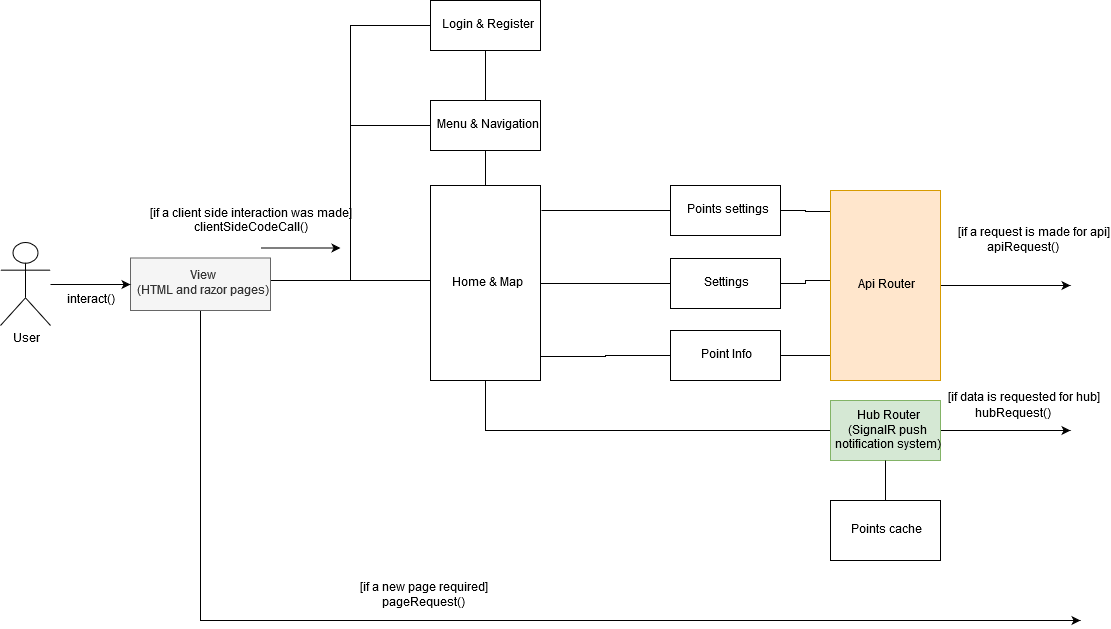
Above: docs/Diagrams/Client communication diagram.png in myNameIsAndrew00/Persistent-Scatterers-Tool (draw.io), before the change. Source tidied: cells renumbered, new cells last; positions are measured from the earlier drawing's top-left corner, leaving out a move shared by most shapes.
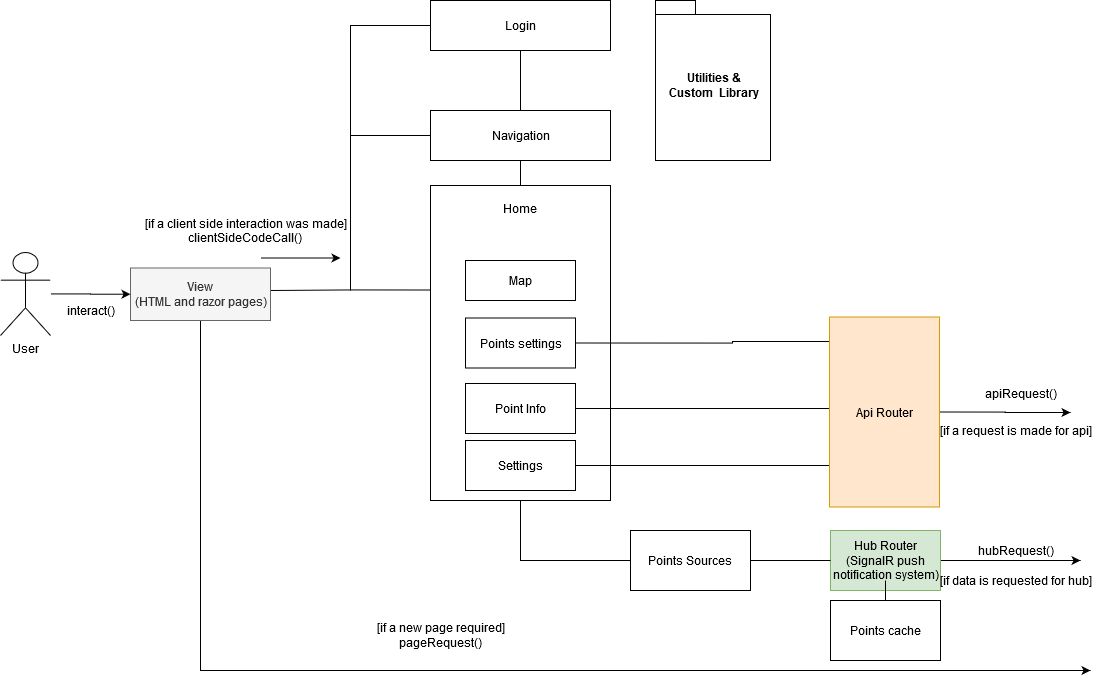
Later version of the same file.

Change to the diagram source:
```diff
@@ -2,17 +2,11 @@
   <root>
     <mxCell id="0" />
     <mxCell id="1" parent="0" />
-    <mxCell id="2" style="edgeStyle=orthogonalEdgeStyle;rounded=0;orthogonalLoop=1;jettySize=auto;html=1;exitX=0;exitY=0.5;exitDx=0;exitDy=0;endArrow=none;endFill=0;" parent="1" edge="1">
+    <mxCell id="2" style="edgeStyle=orthogonalEdgeStyle;rounded=0;jettySize=auto;html=1;exitX=0;exitY=0.5;exitDx=0;exitDy=0;endArrow=none;endFill=0;" parent="1" edge="1" source="27">
       <mxGeometry relative="1" as="geometry">
-        <mxPoint x="430" y="125" as="sourcePoint" />
         <mxPoint x="350" y="125" as="targetPoint" />
       </mxGeometry>
     </mxCell>
-    <mxCell id="3" style="edgeStyle=orthogonalEdgeStyle;rounded=0;jettySize=auto;html=1;endArrow=none;endFill=0;" parent="1" edge="1" source="5">
-      <mxGeometry relative="1" as="geometry">
-        <mxPoint x="485" y="150" as="targetPoint" />
-      </mxGeometry>
-    </mxCell>
     <mxCell id="4" style="edgeStyle=orthogonalEdgeStyle;rounded=0;orthogonalLoop=1;jettySize=auto;html=1;exitX=0;exitY=0.5;exitDx=0;exitDy=0;endArrow=none;endFill=0;" parent="1" edge="1">
       <mxGeometry relative="1" as="geometry">
         <mxPoint x="430" y="279.5" as="sourcePoint" />
@@ -22,72 +16,70 @@
         </Array>
       </mxGeometry>
     </mxCell>
-    <mxCell id="5" value="Home &amp;amp; Map" style="html=1;" parent="1" vertex="1">
-      <mxGeometry x="430" y="185" width="110" height="195" as="geometry" />
+    <mxCell id="5" style="html=1;" parent="1" vertex="1">
+      <mxGeometry x="430" y="175" width="180" height="315" as="geometry" />
     </mxCell>
-    <mxCell id="6" style="edgeStyle=orthogonalEdgeStyle;rounded=0;jettySize=auto;html=1;entryX=0.996;entryY=0.875;entryDx=0;entryDy=0;entryPerimeter=0;endArrow=none;endFill=0;" parent="1" edge="1" source="8" target="5">
-      <mxGeometry relative="1" as="geometry" />
-    </mxCell>
-    <mxCell id="7" style="edgeStyle=orthogonalEdgeStyle;rounded=0;jettySize=auto;html=1;exitX=1;exitY=0.5;exitDx=0;exitDy=0;entryX=0;entryY=0.87;entryDx=0;entryDy=0;entryPerimeter=0;endArrow=none;endFill=0;" parent="1" edge="1" source="8" target="16">
-      <mxGeometry relative="1" as="geometry" />
+    <mxCell id="7" style="edgeStyle=orthogonalEdgeStyle;rounded=0;jettySize=auto;html=1;exitX=1;exitY=0.5;exitDx=0;exitDy=0;entryX=0;entryY=0.5;entryDx=0;entryDy=0;endArrow=none;endFill=0;" parent="1" edge="1" source="8" target="16">
+      <mxGeometry relative="1" as="geometry">
+        <Array as="points">
+          <mxPoint x="890" y="398" />
+        </Array>
+      </mxGeometry>
     </mxCell>
     <mxCell id="8" value="Point Info" style="html=1;" parent="1" vertex="1">
-      <mxGeometry x="670" y="330" width="110" height="50" as="geometry" />
+      <mxGeometry x="465" y="373" width="110" height="50" as="geometry" />
     </mxCell>
-    <mxCell id="9" style="edgeStyle=orthogonalEdgeStyle;rounded=0;jettySize=auto;html=1;endArrow=none;endFill=0;entryX=1.009;entryY=0.128;entryDx=0;entryDy=0;entryPerimeter=0;" parent="1" edge="1" source="11" target="5">
-      <mxGeometry relative="1" as="geometry" />
-    </mxCell>
     <mxCell id="10" style="edgeStyle=orthogonalEdgeStyle;rounded=0;jettySize=auto;html=1;exitX=1;exitY=0.5;exitDx=0;exitDy=0;entryX=0.008;entryY=0.11;entryDx=0;entryDy=0;entryPerimeter=0;endArrow=none;endFill=0;" parent="1" edge="1" source="11" target="16">
-      <mxGeometry relative="1" as="geometry" />
+      <mxGeometry relative="1" as="geometry">
+        <Array as="points">
+          <mxPoint x="732" y="333" />
+          <mxPoint x="732" y="331" />
+        </Array>
+      </mxGeometry>
     </mxCell>
     <mxCell id="11" value="Points settings" style="html=1;" parent="1" vertex="1">
-      <mxGeometry x="670" y="185" width="110" height="50" as="geometry" />
+      <mxGeometry x="465" y="307.5" width="110" height="50" as="geometry" />
     </mxCell>
-    <mxCell id="12" style="edgeStyle=orthogonalEdgeStyle;rounded=0;jettySize=auto;html=1;endArrow=none;endFill=0;" parent="1" edge="1" source="14" target="5">
-      <mxGeometry relative="1" as="geometry" />
-    </mxCell>
-    <mxCell id="13" style="edgeStyle=orthogonalEdgeStyle;rounded=0;jettySize=auto;html=1;endArrow=none;endFill=0;" parent="1" edge="1" source="14">
+    <mxCell id="13" style="edgeStyle=orthogonalEdgeStyle;rounded=0;jettySize=auto;html=1;endArrow=none;endFill=0;entryX=0.002;entryY=0.822;entryDx=0;entryDy=0;entryPerimeter=0;" parent="1" edge="1" source="14" target="16">
       <mxGeometry relative="1" as="geometry">
-        <mxPoint x="830" y="280" as="targetPoint" />
+        <Array as="points">
+          <mxPoint x="890" y="455" />
+        </Array>
       </mxGeometry>
     </mxCell>
     <mxCell id="14" value="Settings" style="html=1;" parent="1" vertex="1">
-      <mxGeometry x="670" y="258" width="110" height="50" as="geometry" />
+      <mxGeometry x="465" y="430" width="110" height="50" as="geometry" />
     </mxCell>
     <mxCell id="15" style="edgeStyle=orthogonalEdgeStyle;rounded=0;jettySize=auto;html=1;exitX=1;exitY=0.5;exitDx=0;exitDy=0;endArrow=classic;endFill=1;" parent="1" edge="1" source="16">
       <mxGeometry relative="1" as="geometry">
-        <mxPoint x="1070" y="285" as="targetPoint" />
+        <mxPoint x="1070" y="402" as="targetPoint" />
       </mxGeometry>
     </mxCell>
     <mxCell id="16" value="Api Router" style="html=1;fillColor=#ffe6cc;strokeColor=#d79b00;" parent="1" vertex="1">
-      <mxGeometry x="830" y="190" width="110" height="190" as="geometry" />
+      <mxGeometry x="829" y="306.5" width="110" height="190" as="geometry" />
     </mxCell>
-    <mxCell id="17" style="edgeStyle=orthogonalEdgeStyle;rounded=0;jettySize=auto;html=1;exitX=0;exitY=0.5;exitDx=0;exitDy=0;entryX=0.5;entryY=1;entryDx=0;entryDy=0;endArrow=none;endFill=0;" parent="1" edge="1" source="19" target="5">
+    <mxCell id="17" style="edgeStyle=orthogonalEdgeStyle;rounded=0;jettySize=auto;html=1;exitX=0;exitY=0.5;exitDx=0;exitDy=0;entryX=0.5;entryY=1;entryDx=0;entryDy=0;endArrow=none;endFill=0;" parent="1" edge="1" source="41" target="5">
       <mxGeometry relative="1" as="geometry" />
     </mxCell>
     <mxCell id="18" style="edgeStyle=orthogonalEdgeStyle;rounded=0;jettySize=auto;html=1;endArrow=classic;endFill=1;" parent="1" edge="1" source="19">
       <mxGeometry relative="1" as="geometry">
-        <mxPoint x="1070" y="430" as="targetPoint" />
+        <mxPoint x="1080" y="550" as="targetPoint" />
       </mxGeometry>
     </mxCell>
     <mxCell id="19" value="&lt;div&gt;Hub Router&lt;/div&gt;&lt;div&gt;(SignalR push &lt;br&gt;&lt;/div&gt;&lt;div&gt;notification system)&lt;br&gt;&lt;/div&gt;" style="html=1;fillColor=#d5e8d4;strokeColor=#82b366;" parent="1" vertex="1">
-      <mxGeometry x="830" y="400" width="110" height="60" as="geometry" />
+      <mxGeometry x="830" y="520" width="110" height="60" as="geometry" />
     </mxCell>
     <mxCell id="20" style="edgeStyle=orthogonalEdgeStyle;rounded=0;jettySize=auto;html=1;endArrow=none;endFill=0;" parent="1" edge="1" source="21" target="19">
       <mxGeometry relative="1" as="geometry" />
     </mxCell>
     <mxCell id="21" value="Points cache" style="html=1;" parent="1" vertex="1">
-      <mxGeometry x="830" y="500" width="110" height="60" as="geometry" />
+      <mxGeometry x="830" y="590" width="110" height="60" as="geometry" />
     </mxCell>
-    <mxCell id="22" style="edgeStyle=orthogonalEdgeStyle;rounded=0;orthogonalLoop=1;jettySize=auto;html=1;endArrow=none;endFill=0;" parent="1" edge="1">
-      <mxGeometry relative="1" as="geometry">
-        <mxPoint x="485" y="50" as="sourcePoint" />
-        <mxPoint x="485" y="100" as="targetPoint" />
-      </mxGeometry>
+    <mxCell id="22" style="edgeStyle=orthogonalEdgeStyle;rounded=0;jettySize=auto;html=1;endArrow=none;endFill=0;entryX=0.5;entryY=0;entryDx=0;entryDy=0;exitX=0.5;exitY=1;exitDx=0;exitDy=0;" parent="1" edge="1" source="26" target="27">
+      <mxGeometry relative="1" as="geometry" />
     </mxCell>
-    <mxCell id="23" style="edgeStyle=orthogonalEdgeStyle;rounded=0;orthogonalLoop=1;jettySize=auto;html=1;exitX=0;exitY=0.5;exitDx=0;exitDy=0;endArrow=none;endFill=0;" parent="1" edge="1">
+    <mxCell id="23" style="edgeStyle=orthogonalEdgeStyle;rounded=0;jettySize=auto;html=1;exitX=0;exitY=0.5;exitDx=0;exitDy=0;endArrow=none;endFill=0;" parent="1" edge="1" source="26">
       <mxGeometry relative="1" as="geometry">
-        <mxPoint x="430" y="25" as="sourcePoint" />
         <mxPoint x="350" y="280" as="targetPoint" />
       </mxGeometry>
     </mxCell>
@@ -100,30 +92,33 @@
     <mxCell id="25" value="&lt;div&gt;&lt;br&gt;&lt;/div&gt;&lt;div&gt;[if a client side interaction was made]&lt;/div&gt;&lt;div&gt;clientSideCodeCall()&lt;br&gt;&lt;/div&gt;" style="text;html=1;align=center;verticalAlign=middle;" parent="1" vertex="1">
       <mxGeometry x="140" y="188" width="210" height="50" as="geometry" />
     </mxCell>
-    <mxCell id="26" value="Login &amp;amp; Register" style="html=1;" parent="1" vertex="1">
-      <mxGeometry x="430" width="110" height="50" as="geometry" />
+    <mxCell id="26" value="Login" style="html=1;" parent="1" vertex="1">
+      <mxGeometry x="430" y="-10" width="180" height="50" as="geometry" />
     </mxCell>
+    <mxCell id="38" style="edgeStyle=orthogonalEdgeStyle;rounded=0;jettySize=auto;html=1;entryX=0.5;entryY=0;entryDx=0;entryDy=0;endArrow=none;endFill=0;" parent="1" edge="1" source="27" target="5">
+      <mxGeometry relative="1" as="geometry" />
+    </mxCell>
-    <mxCell id="27" value="Menu &amp;amp; Navigation" style="html=1;" parent="1" vertex="1">
-      <mxGeometry x="430" y="100" width="110" height="50" as="geometry" />
+    <mxCell id="27" value="Navigation" style="html=1;" parent="1" vertex="1">
+      <mxGeometry x="430" y="100" width="180" height="50" as="geometry" />
     </mxCell>
     <mxCell id="28" value="[if a request is made for api]" style="text;html=1;align=center;verticalAlign=middle;" parent="1" vertex="1">
-      <mxGeometry x="950" y="223" width="160" height="20" as="geometry" />
+      <mxGeometry x="935" y="410" width="160" height="20" as="geometry" />
     </mxCell>
     <mxCell id="29" value="apiRequest()" style="text;html=1;align=center;verticalAlign=middle;" parent="1" vertex="1">
-      <mxGeometry x="980" y="238" width="80" height="20" as="geometry" />
+      <mxGeometry x="980" y="373" width="80" height="20" as="geometry" />
     </mxCell>
     <mxCell id="30" value="hubRequest()" style="text;html=1;align=center;verticalAlign=middle;" parent="1" vertex="1">
-      <mxGeometry x="965" y="404" width="90" height="20" as="geometry" />
+      <mxGeometry x="970" y="530" width="90" height="20" as="geometry" />
     </mxCell>
     <mxCell id="31" value="[if data is requested for hub]" style="text;html=1;align=center;verticalAlign=middle;" parent="1" vertex="1">
-      <mxGeometry x="940" y="388" width="160" height="20" as="geometry" />
+      <mxGeometry x="935" y="560" width="160" height="20" as="geometry" />
     </mxCell>
     <mxCell id="32" style="edgeStyle=orthogonalEdgeStyle;rounded=0;jettySize=auto;html=1;exitX=0.5;exitY=1;exitDx=0;exitDy=0;endArrow=classic;endFill=1;" parent="1" edge="1" source="33">
       <mxGeometry relative="1" as="geometry">
-        <mxPoint x="1080" y="620" as="targetPoint" />
+        <mxPoint x="1090" y="660" as="targetPoint" />
         <Array as="points">
-          <mxPoint x="200" y="620" />
-          <mxPoint x="950" y="620" />
+          <mxPoint x="200" y="660" />
+          <mxPoint x="1080" y="660" />
         </Array>
       </mxGeometry>
     </mxCell>
@@ -131,7 +126,7 @@
       <mxGeometry x="130" y="257.5" width="140" height="52.5" as="geometry" />
     </mxCell>
     <mxCell id="34" value="&lt;div&gt;[if a new page required]&lt;/div&gt;&lt;div&gt;pageRequest()&lt;br&gt;&lt;/div&gt;" style="text;html=1;align=center;verticalAlign=middle;" parent="1" vertex="1">
-      <mxGeometry x="350" y="580" width="140" height="30" as="geometry" />
+      <mxGeometry x="370" y="610" width="140" height="30" as="geometry" />
     </mxCell>
     <mxCell id="35" style="edgeStyle=orthogonalEdgeStyle;rounded=0;jettySize=auto;html=1;endArrow=classic;endFill=1;" parent="1" edge="1" source="36" target="33">
       <mxGeometry relative="1" as="geometry" />
@@ -142,5 +137,20 @@
     <mxCell id="37" value="interact()" style="text;html=1;align=center;verticalAlign=middle;" parent="1" vertex="1">
       <mxGeometry x="60" y="290" width="60" height="20" as="geometry" />
     </mxCell>
+    <mxCell id="39" value="Home" style="text;html=1;strokeColor=none;fillColor=none;align=center;verticalAlign=middle;whiteSpace=wrap;rounded=0;" parent="1" vertex="1">
+      <mxGeometry x="500" y="188" width="40" height="20" as="geometry" />
+    </mxCell>
+    <mxCell id="40" value="Map" style="rounded=0;whiteSpace=wrap;html=1;" parent="1" vertex="1">
+      <mxGeometry x="465" y="250" width="110" height="40" as="geometry" />
+    </mxCell>
+    <mxCell id="41" value="Points Sources" style="rounded=0;whiteSpace=wrap;html=1;" parent="1" vertex="1">
+      <mxGeometry x="630" y="520" width="120" height="60" as="geometry" />
+    </mxCell>
+    <mxCell id="42" style="edgeStyle=orthogonalEdgeStyle;rounded=0;jettySize=auto;html=1;exitX=0;exitY=0.5;exitDx=0;exitDy=0;entryX=1;entryY=0.5;entryDx=0;entryDy=0;endArrow=none;endFill=0;" parent="1" edge="1" source="19" target="41">
+      <mxGeometry relative="1" as="geometry" />
+    </mxCell>
+    <mxCell id="43" value="&lt;div&gt;Utilities &amp;amp;&lt;/div&gt;&lt;div&gt;Custom&amp;nbsp; Library&lt;br&gt;&lt;/div&gt;" style="shape=folder;fontStyle=1;spacingTop=10;tabWidth=40;tabHeight=14;tabPosition=left;html=1;" parent="1" vertex="1">
+      <mxGeometry x="655" y="-10" width="115" height="160" as="geometry" />
+    </mxCell>
   </root>
 </mxGraphModel>
```
